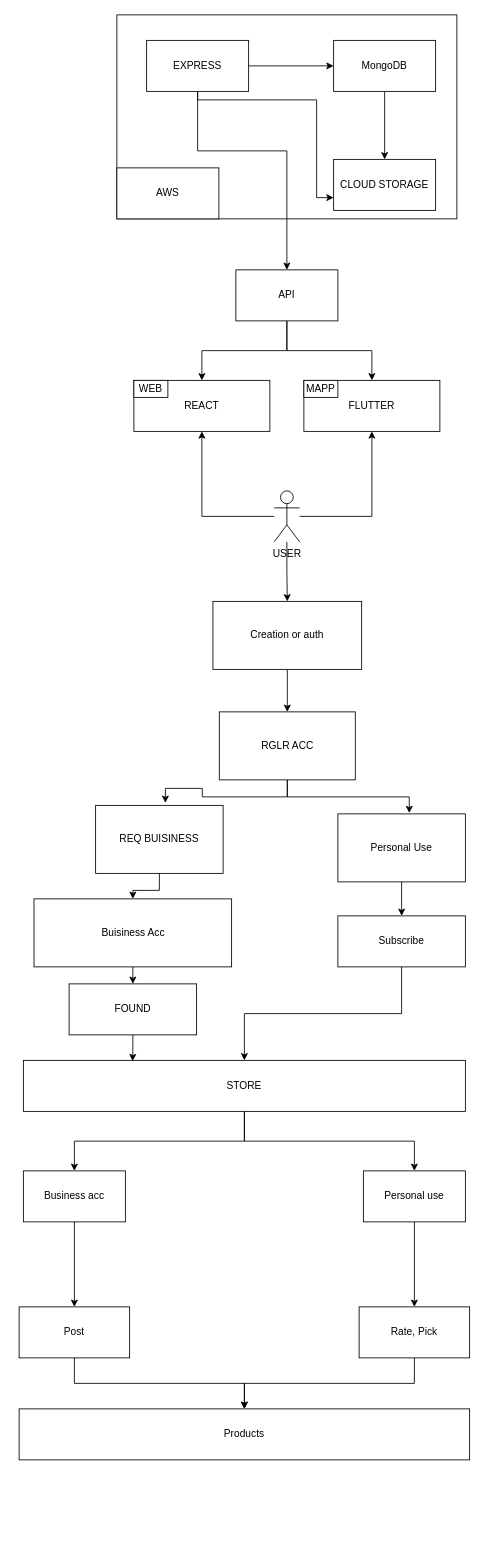
This is draw.io/Untitled Diagram.drawio from onlymachiavelli/draw.io, a draw.io file, before an edit. Source tidied: cells renumbered, new cells numbered last; positions are measured from the earlier drawing's top-left corner, leaving out a move shared by most shapes. Both pictures are drawn from the tidied source at 85%, with x=0, y=0 at pixel (19, 14).
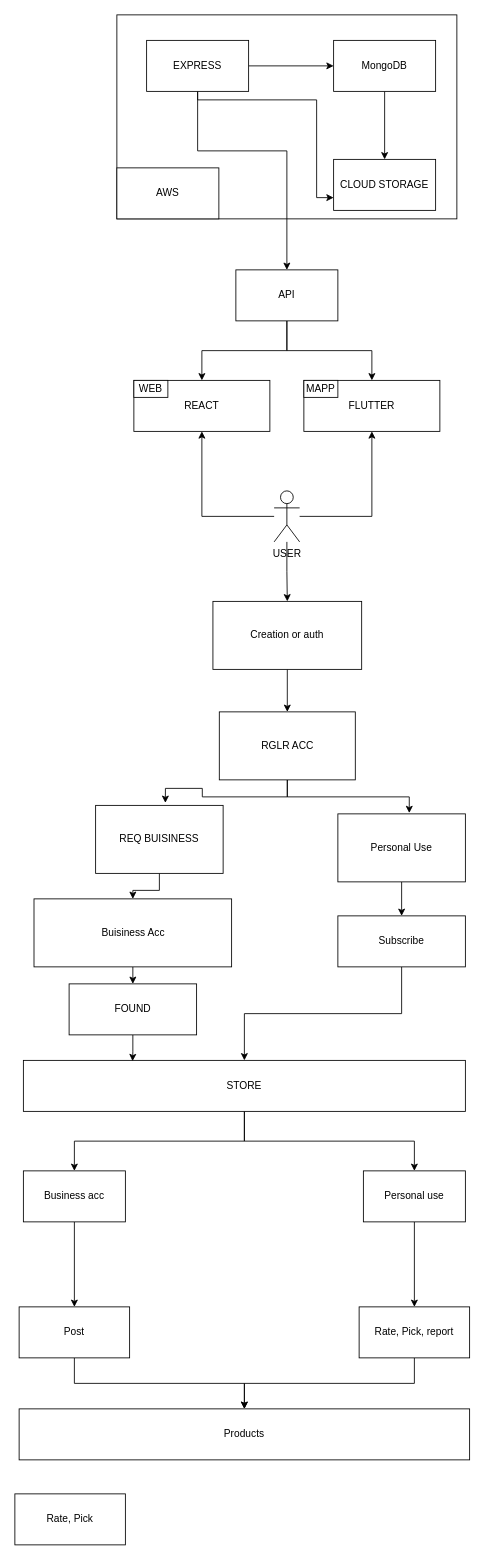
The same page after the edit.

The edit, as a diff of the source:
```diff
@@
-    <mxCell id="47" value="Rate, Pick" style="rounded=0;whiteSpace=wrap;html=1;" parent="1" vertex="1">
+    <mxCell id="47" value="Rate, Pick, report" style="rounded=0;whiteSpace=wrap;html=1;" parent="1" vertex="1">
       <mxGeometry x="400" y="1520" width="130" height="60" as="geometry" />
     </mxCell>
@@
+    <mxCell id="49" value="Rate, Pick" style="rounded=0;whiteSpace=wrap;html=1;" parent="1" vertex="1">
+      <mxGeometry x="-5" y="1740" width="130" height="60" as="geometry" />
+    </mxCell>
```
